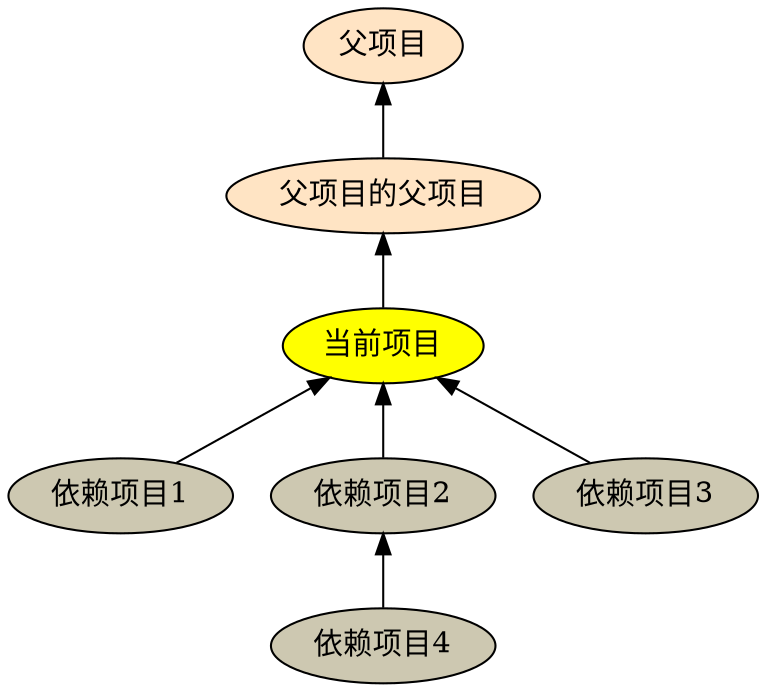
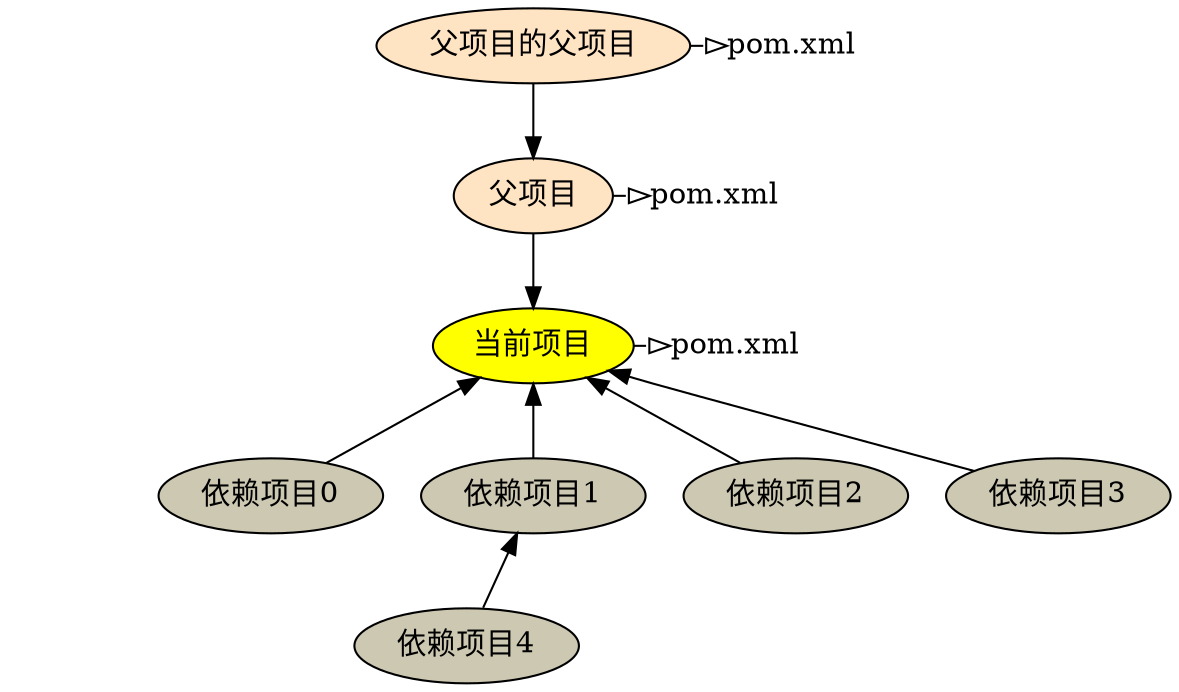
digraph deps_tree {
-     rankdir = "BT";
+     rankdir = "TB";
    parent1 [label = "父项目的父项目", fillcolor = "bisque",style = filled];
+     parent1_pom [label = "pom.xml", shape = plain];
    parent2 [label = "父项目", fillcolor = "bisque",style = filled];
+     parent2_pom [label = "pom.xml", shape = plain];
    project [label = "当前项目", fillcolor = "yellow",style = filled];
+     project_pom [label = "pom.xml", shape = plain];
+     deps0 [label = "依赖项目0", fillcolor = "cornsilk3",style = filled];
    deps1 [label = "依赖项目1", fillcolor = "cornsilk3",style = filled];
    deps2 [label = "依赖项目2", fillcolor = "cornsilk3",style = filled];
    deps3 [label = "依赖项目3", fillcolor = "cornsilk3",style = filled];
    deps4 [label = "依赖项目4", fillcolor = "cornsilk3",style = filled];
-     project -> parent1 -> parent2;
+ 
+     parent1 -> parent2 -> project;
+ 
+     deps0 -> project;
    deps1 -> project;
    deps2 -> project;
    deps3 -> project;
-     deps4 -> deps2;
+     deps4 -> deps1;
+ 
+     pl [style = "invis"];
+     pl2 [style = "invis"];
+ 
+     {
+     rankdir = "LR";
+     rank = same;
+     parent1 -> parent1_pom [style = "dashed",arrowhead = "onormal"];
+     }
+     {
+     edge [style = "dashed"];
+     rankdir = "LR";
+     rank = same;
+     parent2 -> parent2_pom [style = "dashed",arrowhead = "onormal"];
+     }
+     {
+     rankdir = "LR";
+     rank = same;
+     project -> project_pom [style = "dashed",arrowhead = "onormal"];
+     }
+ 
+     {
+     edge [style = "invis"];
+     project -> pl -> pl2;
+     }
+     {
+     rank = same;
+     rankdir = "LR";
+     edge [style = "invis"];
+     pl -> deps0 -> deps1 -> deps2 -> deps3;
+     }
+     {
+     rank = same;
+     rankdir = "LR";
+     edge [style = "invis"];
+     pl2 -> deps4;
+     }
}